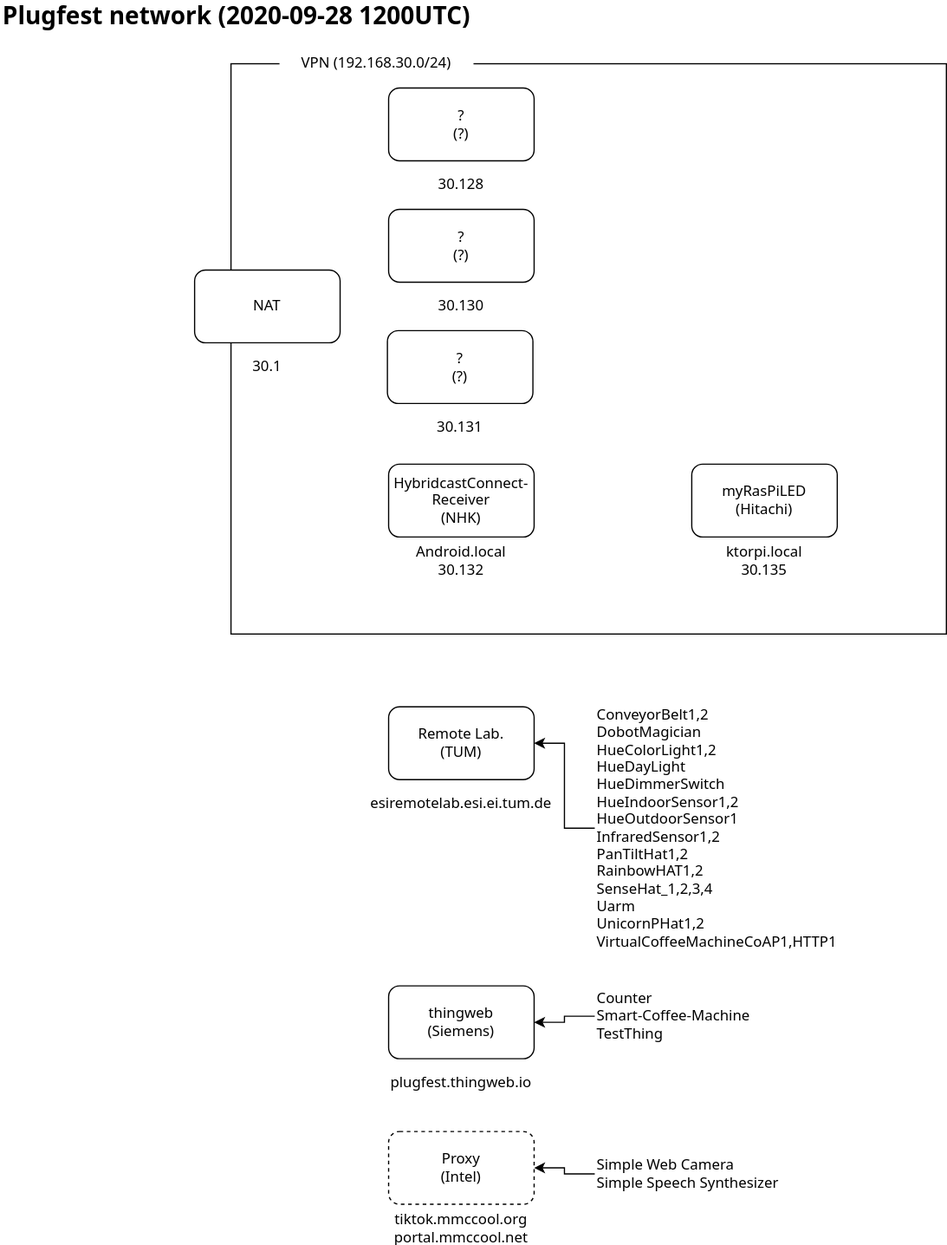
This is events/2020.09.Online/plugfestnetwork.svg from w3c/wot-testing, a draw.io export, as it was before one commit. Source tidied: cells renumbered, new cells last; positions are measured from the earlier drawing's top-left corner, leaving out a move shared by most shapes.
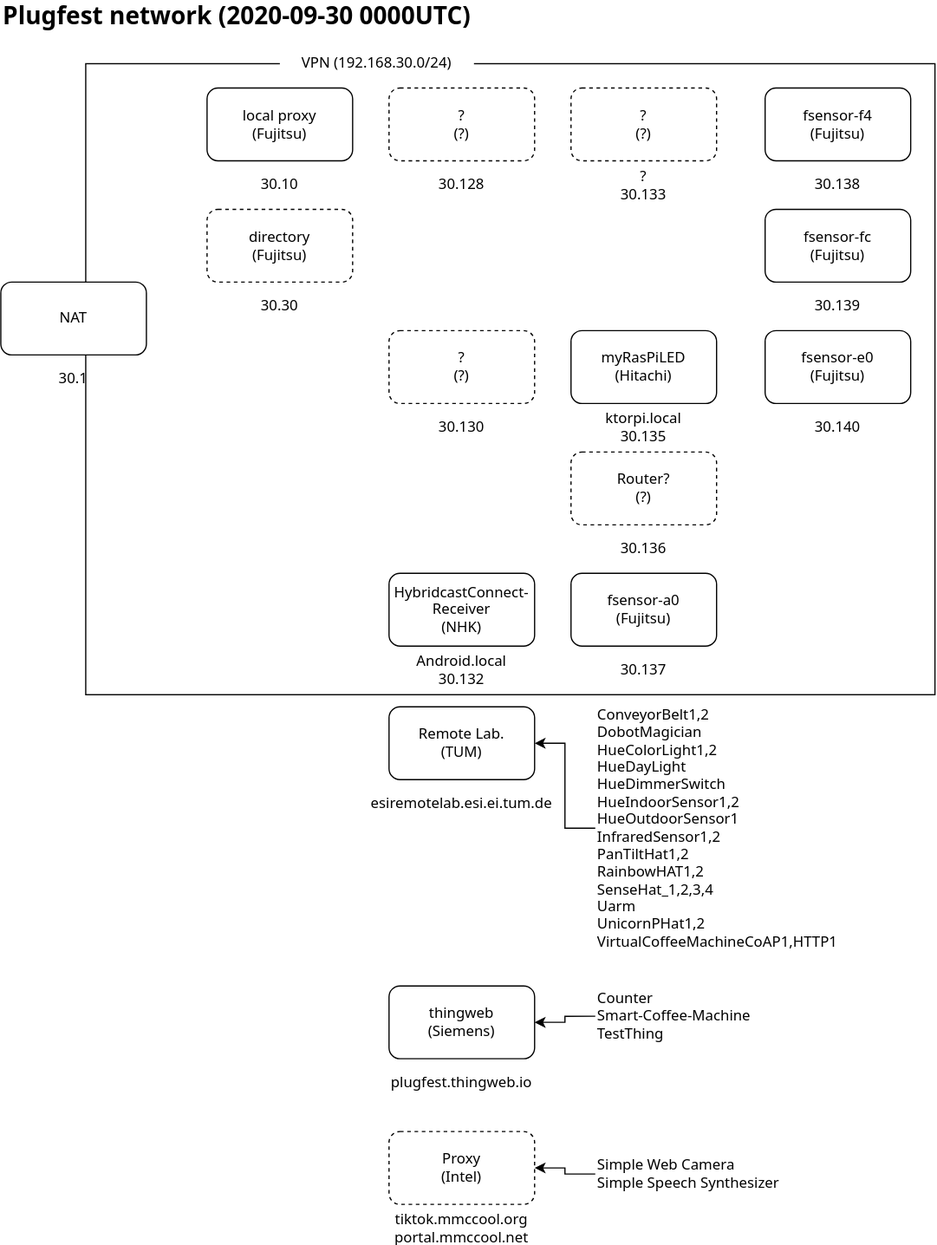
The same file after the commit.

What changed in the source:
```diff
@@ -3,10 +3,10 @@
     <mxCell id="0" />
     <mxCell id="1" parent="0" />
     <mxCell id="2" style="rounded=0;whiteSpace=wrap;html=1;align=center;fontFamily=Noto Sans;fontSource=https%3A%2F%2Ffonts.googleapis.com%2Fcss%3Ffamily%3DNoto%2BSans;" parent="1" vertex="1">
-      <mxGeometry x="190" y="50" width="590" height="470" as="geometry" />
+      <mxGeometry x="70" y="50" width="700" height="520" as="geometry" />
     </mxCell>
     <mxCell id="3" style="group;fontFamily=Noto Sans;fontSource=https%3A%2F%2Ffonts.googleapis.com%2Fcss%3Ffamily%3DNoto%2BSans;" parent="1" vertex="1">
-      <mxGeometry x="570" y="380" width="120" height="90" as="geometry" />
+      <mxGeometry x="470" y="270" width="120" height="90" as="geometry" />
     </mxCell>
     <mxCell id="4" value="myRasPiLED&lt;br&gt;(Hitachi)" style="rounded=1;whiteSpace=wrap;html=1;fontFamily=Noto Sans;fontSource=https%3A%2F%2Ffonts.googleapis.com%2Fcss%3Ffamily%3DNoto%2BSans;" parent="3" vertex="1">
       <mxGeometry width="120" height="60" as="geometry" />
@@ -15,9 +15,9 @@
       <mxGeometry x="40" y="70" width="40" height="20" as="geometry" />
     </mxCell>
     <mxCell id="6" style="group;fontFamily=Noto Sans;fontSource=https%3A%2F%2Ffonts.googleapis.com%2Fcss%3Ffamily%3DNoto%2BSans;" parent="1" vertex="1">
-      <mxGeometry x="320" y="170" width="120" height="90" as="geometry" />
+      <mxGeometry x="320" y="270" width="120" height="90" as="geometry" />
     </mxCell>
-    <mxCell id="7" value="?&lt;br&gt;(?)" style="rounded=1;whiteSpace=wrap;html=1;fontFamily=Noto Sans;fontSource=https%3A%2F%2Ffonts.googleapis.com%2Fcss%3Ffamily%3DNoto%2BSans;" parent="6" vertex="1">
+    <mxCell id="7" value="?&lt;br&gt;(?)" style="rounded=1;whiteSpace=wrap;html=1;fontFamily=Noto Sans;fontSource=https%3A%2F%2Ffonts.googleapis.com%2Fcss%3Ffamily%3DNoto%2BSans;dashed=1;" parent="6" vertex="1">
       <mxGeometry width="120" height="60" as="geometry" />
     </mxCell>
     <mxCell id="8" value="30.130" style="text;html=1;strokeColor=none;fillColor=none;align=center;verticalAlign=middle;whiteSpace=wrap;rounded=0;fontFamily=Noto Sans;fontSource=https%3A%2F%2Ffonts.googleapis.com%2Fcss%3Ffamily%3DNoto%2BSans;" parent="6" vertex="1">
@@ -26,14 +26,14 @@
     <mxCell id="9" style="group;fontFamily=Noto Sans;fontSource=https%3A%2F%2Ffonts.googleapis.com%2Fcss%3Ffamily%3DNoto%2BSans;" parent="1" vertex="1">
       <mxGeometry x="320" y="70" width="120" height="90" as="geometry" />
     </mxCell>
-    <mxCell id="10" value="?&lt;br&gt;(?)" style="rounded=1;whiteSpace=wrap;html=1;fontFamily=Noto Sans;fontSource=https%3A%2F%2Ffonts.googleapis.com%2Fcss%3Ffamily%3DNoto%2BSans;" parent="9" vertex="1">
+    <mxCell id="10" value="?&lt;br&gt;(?)" style="rounded=1;whiteSpace=wrap;html=1;fontFamily=Noto Sans;fontSource=https%3A%2F%2Ffonts.googleapis.com%2Fcss%3Ffamily%3DNoto%2BSans;dashed=1;" parent="9" vertex="1">
       <mxGeometry width="120" height="60" as="geometry" />
     </mxCell>
     <mxCell id="11" value="30.128" style="text;html=1;strokeColor=none;fillColor=none;align=center;verticalAlign=middle;whiteSpace=wrap;rounded=0;fontFamily=Noto Sans;fontSource=https%3A%2F%2Ffonts.googleapis.com%2Fcss%3Ffamily%3DNoto%2BSans;" parent="9" vertex="1">
       <mxGeometry x="40" y="70" width="40" height="20" as="geometry" />
     </mxCell>
     <mxCell id="12" style="group;fontFamily=Noto Sans;fontSource=https%3A%2F%2Ffonts.googleapis.com%2Fcss%3Ffamily%3DNoto%2BSans;" parent="1" vertex="1">
-      <mxGeometry x="160" y="220" width="120" height="90" as="geometry" />
+      <mxGeometry y="230" width="120" height="90" as="geometry" />
     </mxCell>
     <mxCell id="13" value="NAT" style="rounded=1;whiteSpace=wrap;html=1;fontFamily=Noto Sans;fontSource=https%3A%2F%2Ffonts.googleapis.com%2Fcss%3Ffamily%3DNoto%2BSans;" parent="12" vertex="1">
       <mxGeometry width="120" height="60" as="geometry" />
@@ -74,20 +74,14 @@
     <mxCell id="25" value="Counter&lt;br&gt;Smart-Coffee-Machine&lt;br&gt;TestThing" style="text;html=1;strokeColor=none;fillColor=none;align=left;verticalAlign=middle;whiteSpace=wrap;rounded=0;fontFamily=Noto Sans;fontSource=https%3A%2F%2Ffonts.googleapis.com%2Fcss%3Ffamily%3DNoto%2BSans;" parent="1" vertex="1">
       <mxGeometry x="490" y="810" width="210" height="50" as="geometry" />
     </mxCell>
-    <mxCell id="26" value="Plugfest network (2020-09-28 1200UTC)" style="text;html=1;strokeColor=none;fillColor=none;align=left;verticalAlign=middle;whiteSpace=wrap;rounded=0;fontFamily=Noto Sans;fontSource=https%3A%2F%2Ffonts.googleapis.com%2Fcss%3Ffamily%3DNoto%2BSans;fontStyle=1;fontSize=20;" parent="1" vertex="1">
+    <mxCell id="26" value="Plugfest network (2020-09-30 0000UTC)" style="text;html=1;strokeColor=none;fillColor=none;align=left;verticalAlign=middle;whiteSpace=wrap;rounded=0;fontFamily=Noto Sans;fontSource=https%3A%2F%2Ffonts.googleapis.com%2Fcss%3Ffamily%3DNoto%2BSans;fontStyle=1;fontSize=20;" parent="1" vertex="1">
       <mxGeometry width="450" height="20" as="geometry" />
     </mxCell>
     <mxCell id="27" style="group;fontFamily=Noto Sans;fontSource=https%3A%2F%2Ffonts.googleapis.com%2Fcss%3Ffamily%3DNoto%2BSans;" parent="1" vertex="1">
-      <mxGeometry x="319" y="270" width="120" height="90" as="geometry" />
+      <mxGeometry x="320" y="370" width="120" height="180" as="geometry" />
     </mxCell>
-    <mxCell id="28" value="?&lt;br&gt;(?)" style="rounded=1;whiteSpace=wrap;html=1;fontFamily=Noto Sans;fontSource=https%3A%2F%2Ffonts.googleapis.com%2Fcss%3Ffamily%3DNoto%2BSans;" parent="27" vertex="1">
-      <mxGeometry width="120" height="60" as="geometry" />
-    </mxCell>
-    <mxCell id="29" value="30.131" style="text;html=1;strokeColor=none;fillColor=none;align=center;verticalAlign=middle;whiteSpace=wrap;rounded=0;fontFamily=Noto Sans;fontSource=https%3A%2F%2Ffonts.googleapis.com%2Fcss%3Ffamily%3DNoto%2BSans;" parent="27" vertex="1">
-      <mxGeometry x="40" y="70" width="40" height="20" as="geometry" />
-    </mxCell>
-    <mxCell id="30" style="group;fontFamily=Noto Sans;fontSource=https%3A%2F%2Ffonts.googleapis.com%2Fcss%3Ffamily%3DNoto%2BSans;" parent="1" vertex="1">
-      <mxGeometry x="320" y="380" width="120" height="90" as="geometry" />
+    <mxCell id="30" style="group;fontFamily=Noto Sans;fontSource=https%3A%2F%2Ffonts.googleapis.com%2Fcss%3Ffamily%3DNoto%2BSans;" parent="27" vertex="1">
+      <mxGeometry y="100" width="120" height="90" as="geometry" />
     </mxCell>
     <mxCell id="31" value="HybridcastConnect-&lt;br&gt;Receiver&lt;br&gt;(NHK)" style="rounded=1;whiteSpace=wrap;html=1;fontFamily=Noto Sans;fontSource=https%3A%2F%2Ffonts.googleapis.com%2Fcss%3Ffamily%3DNoto%2BSans;" parent="30" vertex="1">
       <mxGeometry width="120" height="60" as="geometry" />
@@ -110,5 +104,77 @@
     <mxCell id="37" value="Simple Web Camera&lt;br&gt;Simple Speech Synthesizer" style="text;html=1;strokeColor=none;fillColor=none;align=left;verticalAlign=middle;whiteSpace=wrap;rounded=0;fontFamily=Noto Sans;fontSource=https%3A%2F%2Ffonts.googleapis.com%2Fcss%3Ffamily%3DNoto%2BSans;" parent="1" vertex="1">
       <mxGeometry x="490" y="940" width="210" height="50" as="geometry" />
     </mxCell>
+    <mxCell id="38" style="group;fontFamily=Noto Sans;fontSource=https%3A%2F%2Ffonts.googleapis.com%2Fcss%3Ffamily%3DNoto%2BSans;" parent="1" vertex="1">
+      <mxGeometry x="170" y="70" width="120" height="90" as="geometry" />
+    </mxCell>
+    <mxCell id="39" value="local proxy&lt;br&gt;(Fujitsu)" style="rounded=1;whiteSpace=wrap;html=1;fontFamily=Noto Sans;fontSource=https%3A%2F%2Ffonts.googleapis.com%2Fcss%3Ffamily%3DNoto%2BSans;" parent="38" vertex="1">
+      <mxGeometry width="120" height="60" as="geometry" />
+    </mxCell>
+    <mxCell id="40" value="30.10" style="text;html=1;strokeColor=none;fillColor=none;align=center;verticalAlign=middle;whiteSpace=wrap;rounded=0;fontFamily=Noto Sans;fontSource=https%3A%2F%2Ffonts.googleapis.com%2Fcss%3Ffamily%3DNoto%2BSans;" parent="38" vertex="1">
+      <mxGeometry x="40" y="70" width="40" height="20" as="geometry" />
+    </mxCell>
+    <mxCell id="41" style="group;fontFamily=Noto Sans;fontSource=https%3A%2F%2Ffonts.googleapis.com%2Fcss%3Ffamily%3DNoto%2BSans;" parent="1" vertex="1">
+      <mxGeometry x="170" y="170" width="120" height="90" as="geometry" />
+    </mxCell>
+    <mxCell id="42" value="directory&lt;br&gt;(Fujitsu)" style="rounded=1;whiteSpace=wrap;html=1;fontFamily=Noto Sans;fontSource=https%3A%2F%2Ffonts.googleapis.com%2Fcss%3Ffamily%3DNoto%2BSans;dashed=1;" parent="41" vertex="1">
+      <mxGeometry width="120" height="60" as="geometry" />
+    </mxCell>
+    <mxCell id="43" value="30.30" style="text;html=1;strokeColor=none;fillColor=none;align=center;verticalAlign=middle;whiteSpace=wrap;rounded=0;fontFamily=Noto Sans;fontSource=https%3A%2F%2Ffonts.googleapis.com%2Fcss%3Ffamily%3DNoto%2BSans;" parent="41" vertex="1">
+      <mxGeometry x="40" y="70" width="40" height="20" as="geometry" />
+    </mxCell>
+    <mxCell id="44" style="group;fontFamily=Noto Sans;fontSource=https%3A%2F%2Ffonts.googleapis.com%2Fcss%3Ffamily%3DNoto%2BSans;" parent="1" vertex="1">
+      <mxGeometry x="470" y="370" width="120" height="180" as="geometry" />
+    </mxCell>
+    <mxCell id="45" value="Router?&lt;br&gt;(?)" style="rounded=1;whiteSpace=wrap;html=1;fontFamily=Noto Sans;fontSource=https%3A%2F%2Ffonts.googleapis.com%2Fcss%3Ffamily%3DNoto%2BSans;dashed=1;" parent="44" vertex="1">
+      <mxGeometry width="120" height="60" as="geometry" />
+    </mxCell>
+    <mxCell id="46" value="30.136" style="text;html=1;strokeColor=none;fillColor=none;align=center;verticalAlign=middle;whiteSpace=wrap;rounded=0;fontFamily=Noto Sans;fontSource=https%3A%2F%2Ffonts.googleapis.com%2Fcss%3Ffamily%3DNoto%2BSans;" parent="44" vertex="1">
+      <mxGeometry x="40" y="70" width="40" height="20" as="geometry" />
+    </mxCell>
+    <mxCell id="47" style="group;fontFamily=Noto Sans;fontSource=https%3A%2F%2Ffonts.googleapis.com%2Fcss%3Ffamily%3DNoto%2BSans;" parent="44" vertex="1">
+      <mxGeometry y="100" width="120" height="90" as="geometry" />
+    </mxCell>
+    <mxCell id="48" value="fsensor-a0&lt;br&gt;(Fujitsu)" style="rounded=1;whiteSpace=wrap;html=1;fontFamily=Noto Sans;fontSource=https%3A%2F%2Ffonts.googleapis.com%2Fcss%3Ffamily%3DNoto%2BSans;" parent="47" vertex="1">
+      <mxGeometry width="120" height="60" as="geometry" />
+    </mxCell>
+    <mxCell id="49" value="30.137" style="text;html=1;strokeColor=none;fillColor=none;align=center;verticalAlign=middle;whiteSpace=wrap;rounded=0;fontFamily=Noto Sans;fontSource=https%3A%2F%2Ffonts.googleapis.com%2Fcss%3Ffamily%3DNoto%2BSans;" parent="47" vertex="1">
+      <mxGeometry x="40" y="70" width="40" height="20" as="geometry" />
+    </mxCell>
+    <mxCell id="50" style="group;fontFamily=Noto Sans;fontSource=https%3A%2F%2Ffonts.googleapis.com%2Fcss%3Ffamily%3DNoto%2BSans;" parent="1" vertex="1">
+      <mxGeometry x="630" y="170" width="120" height="90" as="geometry" />
+    </mxCell>
+    <mxCell id="51" value="fsensor-fc&lt;br&gt;(Fujitsu)" style="rounded=1;whiteSpace=wrap;html=1;fontFamily=Noto Sans;fontSource=https%3A%2F%2Ffonts.googleapis.com%2Fcss%3Ffamily%3DNoto%2BSans;" parent="50" vertex="1">
+      <mxGeometry width="120" height="60" as="geometry" />
+    </mxCell>
+    <mxCell id="52" value="30.139" style="text;html=1;strokeColor=none;fillColor=none;align=center;verticalAlign=middle;whiteSpace=wrap;rounded=0;fontFamily=Noto Sans;fontSource=https%3A%2F%2Ffonts.googleapis.com%2Fcss%3Ffamily%3DNoto%2BSans;" parent="50" vertex="1">
+      <mxGeometry x="40" y="70" width="40" height="20" as="geometry" />
+    </mxCell>
+    <mxCell id="53" style="group;fontFamily=Noto Sans;fontSource=https%3A%2F%2Ffonts.googleapis.com%2Fcss%3Ffamily%3DNoto%2BSans;" parent="1" vertex="1">
+      <mxGeometry x="630" y="70" width="120" height="90" as="geometry" />
+    </mxCell>
+    <mxCell id="54" value="fsensor-f4&lt;br&gt;(Fujitsu)" style="rounded=1;whiteSpace=wrap;html=1;fontFamily=Noto Sans;fontSource=https%3A%2F%2Ffonts.googleapis.com%2Fcss%3Ffamily%3DNoto%2BSans;" parent="53" vertex="1">
+      <mxGeometry width="120" height="60" as="geometry" />
+    </mxCell>
+    <mxCell id="55" value="30.138" style="text;html=1;strokeColor=none;fillColor=none;align=center;verticalAlign=middle;whiteSpace=wrap;rounded=0;fontFamily=Noto Sans;fontSource=https%3A%2F%2Ffonts.googleapis.com%2Fcss%3Ffamily%3DNoto%2BSans;" parent="53" vertex="1">
+      <mxGeometry x="40" y="70" width="40" height="20" as="geometry" />
+    </mxCell>
+    <mxCell id="56" style="group;fontFamily=Noto Sans;fontSource=https%3A%2F%2Ffonts.googleapis.com%2Fcss%3Ffamily%3DNoto%2BSans;" parent="1" vertex="1">
+      <mxGeometry x="630" y="270" width="120" height="90" as="geometry" />
+    </mxCell>
+    <mxCell id="57" value="fsensor-e0&lt;br&gt;(Fujitsu)" style="rounded=1;whiteSpace=wrap;html=1;fontFamily=Noto Sans;fontSource=https%3A%2F%2Ffonts.googleapis.com%2Fcss%3Ffamily%3DNoto%2BSans;" parent="56" vertex="1">
+      <mxGeometry width="120" height="60" as="geometry" />
+    </mxCell>
+    <mxCell id="58" value="30.140" style="text;html=1;strokeColor=none;fillColor=none;align=center;verticalAlign=middle;whiteSpace=wrap;rounded=0;fontFamily=Noto Sans;fontSource=https%3A%2F%2Ffonts.googleapis.com%2Fcss%3Ffamily%3DNoto%2BSans;" parent="56" vertex="1">
+      <mxGeometry x="40" y="70" width="40" height="20" as="geometry" />
+    </mxCell>
+    <mxCell id="59" style="group;fontFamily=Noto Sans;fontSource=https%3A%2F%2Ffonts.googleapis.com%2Fcss%3Ffamily%3DNoto%2BSans;" parent="1" vertex="1">
+      <mxGeometry x="470" y="70" width="120" height="90" as="geometry" />
+    </mxCell>
+    <mxCell id="28" value="?&lt;br&gt;(?)" style="rounded=1;whiteSpace=wrap;html=1;fontFamily=Noto Sans;fontSource=https%3A%2F%2Ffonts.googleapis.com%2Fcss%3Ffamily%3DNoto%2BSans;dashed=1;" parent="59" vertex="1">
+      <mxGeometry width="120" height="60" as="geometry" />
+    </mxCell>
+    <mxCell id="60" value="?&lt;br&gt;30.133" style="text;html=1;strokeColor=none;fillColor=none;align=center;verticalAlign=middle;whiteSpace=wrap;rounded=0;fontFamily=Noto Sans;fontSource=https%3A%2F%2Ffonts.googleapis.com%2Fcss%3Ffamily%3DNoto%2BSans;" parent="59" vertex="1">
+      <mxGeometry x="40" y="70" width="40" height="20" as="geometry" />
+    </mxCell>
   </root>
 </mxGraphModel>
```
